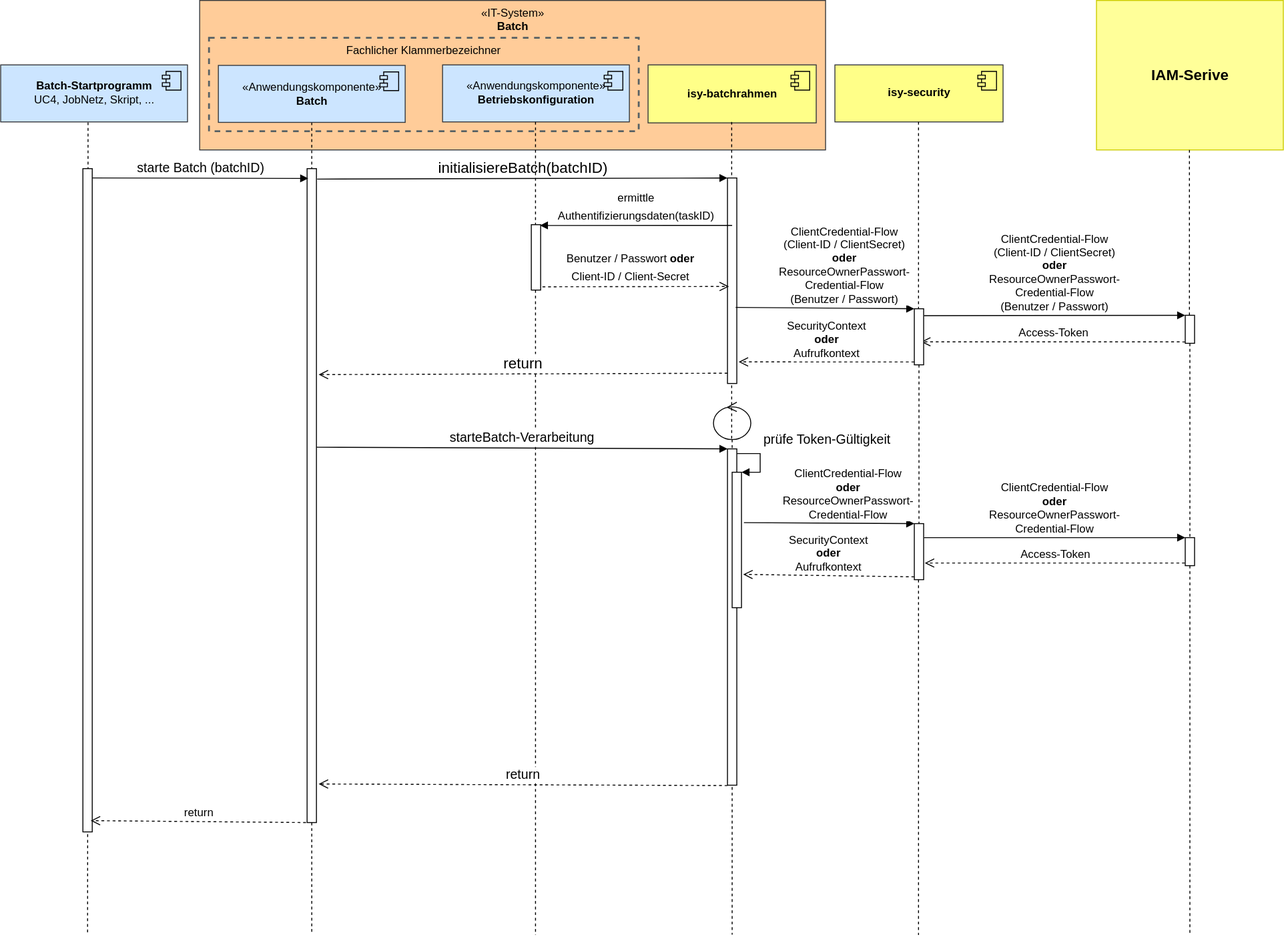
Earlier version of the draw.io export docs/modules/ROOT/images/konzept/Sequenzdiagramm_AbsicherungBatch_Details.dn.svg (IsyFact/isy-security). Source tidied: cells renumbered, new cells last; positions are measured from the earlier drawing's top-left corner, leaving out a move shared by most shapes.
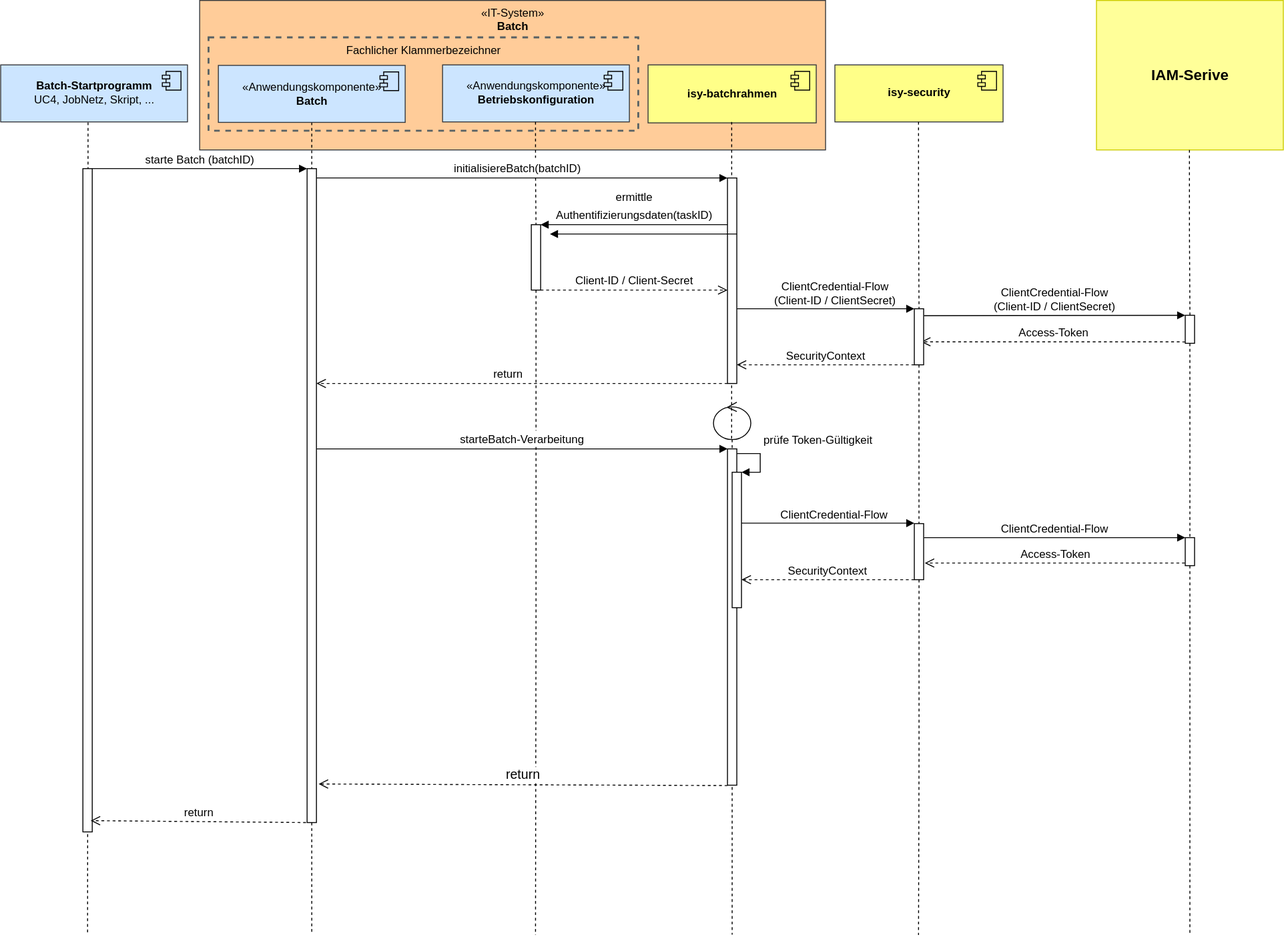
After the change.

Commit message:
docs: IFS-4858 remove ROPC Flow from documentation

Change to the diagram source:
```diff
@@ -11,7 +11,7 @@
     <mxCell id="4" style="html=1;points=[];perimeter=orthogonalPerimeter;labelBorderColor=none;fontSize=14;" parent="2" vertex="1">
       <mxGeometry x="20" y="75" width="10" height="145" as="geometry" />
     </mxCell>
-    <mxCell id="5" value="prüfe Token-Gültigkeit" style="edgeStyle=orthogonalEdgeStyle;html=1;align=left;spacingLeft=2;endArrow=block;rounded=0;entryX=1;entryY=0;fontSize=14;" parent="2" edge="1" target="4">
+    <mxCell id="5" value="&lt;font style=&quot;font-size: 12px;&quot;&gt;prüfe Token-Gültigkeit&lt;/font&gt;" style="edgeStyle=orthogonalEdgeStyle;html=1;align=left;spacingLeft=2;endArrow=block;rounded=0;entryX=1;entryY=0;fontSize=14;" parent="2" edge="1" target="4">
       <mxGeometry x="-0.23" y="-15" relative="1" as="geometry">
         <mxPoint x="25" y="55" as="sourcePoint" />
         <Array as="points">
@@ -92,11 +92,17 @@
     <mxCell id="22" style="html=1;points=[];perimeter=orthogonalPerimeter;fontSize=16;" parent="1" vertex="1">
       <mxGeometry x="328" y="180" width="10" height="700" as="geometry" />
     </mxCell>
-    <mxCell id="23" value="initialisiereBatch(batchID)" style="html=1;verticalAlign=bottom;endArrow=block;entryX=0;entryY=0;rounded=0;fontSize=16;exitX=1.08;exitY=0.016;exitDx=0;exitDy=0;exitPerimeter=0;" parent="1" edge="1" source="22" target="26">
-      <mxGeometry relative="1" as="geometry" />
+    <mxCell id="23" style="html=1;verticalAlign=bottom;endArrow=block;rounded=0;fontSize=16;" parent="1" edge="1">
+      <mxGeometry x="0.02" relative="1" as="geometry">
+        <mxPoint x="338" y="190" as="sourcePoint" />
+        <mxPoint x="778" y="190" as="targetPoint" />
+      </mxGeometry>
     </mxCell>
-    <mxCell id="24" value="return" style="html=1;verticalAlign=bottom;endArrow=open;dashed=1;endSize=8;exitX=0;exitY=0.95;rounded=0;fontSize=16;entryX=1.24;entryY=0.315;entryDx=0;entryDy=0;entryPerimeter=0;" parent="1" edge="1" source="26" target="22">
-      <mxGeometry relative="1" as="geometry" />
+    <mxCell id="24" value="&lt;font style=&quot;font-size: 12px;&quot;&gt;return&lt;/font&gt;" style="html=1;verticalAlign=bottom;endArrow=open;dashed=1;endSize=8;rounded=0;fontSize=16;" parent="1" edge="1">
+      <mxGeometry x="0.07" relative="1" as="geometry">
+        <mxPoint x="778" y="410" as="sourcePoint" />
+        <mxPoint x="338" y="410" as="targetPoint" />
+      </mxGeometry>
     </mxCell>
     <mxCell id="25" style="edgeStyle=orthogonalEdgeStyle;rounded=0;jettySize=auto;html=1;endArrow=none;endFill=0;dashed=1;" parent="1" edge="1" target="2">
       <mxGeometry relative="1" as="geometry">
@@ -106,11 +112,17 @@
     <mxCell id="26" style="html=1;points=[];perimeter=orthogonalPerimeter;fontSize=16;" parent="1" vertex="1">
       <mxGeometry x="778" y="190" width="10" height="220" as="geometry" />
     </mxCell>
-    <mxCell id="27" value="&lt;font style=&quot;font-size: 12px;&quot;&gt;ermittle &lt;br&gt;Authentifizierungsdaten(taskID)&lt;/font&gt;" style="html=1;verticalAlign=bottom;endArrow=block;entryX=0.92;entryY=0.012;rounded=0;fontSize=16;entryDx=0;entryDy=0;entryPerimeter=0;exitX=0.5;exitY=0.231;exitDx=0;exitDy=0;exitPerimeter=0;" parent="1" edge="1" source="26" target="30">
-      <mxGeometry relative="1" as="geometry" />
+    <mxCell id="27" value="&lt;font style=&quot;font-size: 12px;&quot;&gt;ermittle &lt;br&gt;Authentifizierungsdaten(taskID)&lt;/font&gt;" style="html=1;verticalAlign=bottom;endArrow=block;rounded=0;fontSize=16;" parent="1" edge="1">
+      <mxGeometry relative="1" as="geometry">
+        <mxPoint x="778" y="240" as="sourcePoint" />
+        <mxPoint x="578" y="240" as="targetPoint" />
+      </mxGeometry>
     </mxCell>
-    <mxCell id="28" value="&lt;font style=&quot;font-size: 12px;&quot;&gt;Benutzer / Passwort &lt;b&gt;oder&lt;/b&gt;&lt;br&gt;Client-ID / Client-Secret&lt;/font&gt;" style="html=1;verticalAlign=bottom;endArrow=open;dashed=1;endSize=8;exitX=0;exitY=0.95;rounded=0;fontSize=16;entryX=0.16;entryY=0.528;entryDx=0;entryDy=0;entryPerimeter=0;" parent="1" edge="1" source="30" target="26">
-      <mxGeometry relative="1" as="geometry" />
+    <mxCell id="28" value="&lt;font style=&quot;font-size: 12px;&quot;&gt;Client-ID / Client-Secret&lt;/font&gt;" style="html=1;verticalAlign=bottom;endArrow=open;dashed=1;endSize=8;rounded=0;fontSize=16;" parent="1" edge="1">
+      <mxGeometry relative="1" as="geometry">
+        <mxPoint x="578" y="310" as="sourcePoint" />
+        <mxPoint x="778" y="310" as="targetPoint" />
+      </mxGeometry>
     </mxCell>
     <mxCell id="29" style="edgeStyle=orthogonalEdgeStyle;rounded=0;jettySize=auto;html=1;endArrow=none;endFill=0;dashed=1;" parent="1" edge="1" target="30">
       <mxGeometry relative="1" as="geometry">
@@ -120,13 +132,16 @@
     <mxCell id="30" style="html=1;points=[];perimeter=orthogonalPerimeter;fontSize=16;" parent="1" vertex="1">
       <mxGeometry x="568" y="240" width="10" height="70" as="geometry" />
     </mxCell>
-    <mxCell id="31" value="ClientCredential-Flow&lt;br&gt;(Client-ID / ClientSecret)&lt;br&gt;&lt;b&gt;oder&lt;/b&gt;&lt;br&gt;ResourceOwnerPasswort-&lt;br style=&quot;border-color: var(--border-color);&quot;&gt;Credential-Flow&lt;br style=&quot;border-color: var(--border-color);&quot;&gt;(Benutzer / Passwort)" style="html=1;verticalAlign=bottom;endArrow=block;entryX=0;entryY=0;rounded=0;fontSize=12;exitX=0.88;exitY=0.63;exitDx=0;exitDy=0;exitPerimeter=0;" parent="1" edge="1" source="26" target="41">
-      <mxGeometry x="0.21" relative="1" as="geometry" />
+    <mxCell id="31" value="ClientCredential-Flow&lt;br&gt;(Client-ID / ClientSecret)" style="html=1;verticalAlign=bottom;endArrow=block;rounded=0;fontSize=12;" parent="1" edge="1" source="26" target="41">
+      <mxGeometry x="0.11" y="-1" relative="1" as="geometry" />
     </mxCell>
-    <mxCell id="32" value="SecurityContext&lt;br&gt;&lt;b&gt;oder&lt;/b&gt;&lt;br&gt;Aufrufkontext" style="html=1;verticalAlign=bottom;endArrow=open;dashed=1;endSize=8;exitX=0;exitY=0.95;rounded=0;fontSize=12;entryX=1.2;entryY=0.895;entryDx=0;entryDy=0;entryPerimeter=0;" parent="1" edge="1" source="41" target="26">
-      <mxGeometry relative="1" as="geometry" />
+    <mxCell id="32" value="SecurityContext" style="html=1;verticalAlign=bottom;endArrow=open;dashed=1;endSize=8;rounded=0;fontSize=12;" parent="1" edge="1">
+      <mxGeometry relative="1" as="geometry">
+        <mxPoint x="978" y="390" as="sourcePoint" />
+        <mxPoint x="788" y="390" as="targetPoint" />
+      </mxGeometry>
     </mxCell>
-    <mxCell id="33" value="ClientCredential-Flow&lt;br style=&quot;border-color: var(--border-color);&quot;&gt;(Client-ID / ClientSecret)&lt;br&gt;&lt;b&gt;oder&lt;/b&gt;&lt;br&gt;ResourceOwnerPasswort-&lt;br style=&quot;border-color: var(--border-color);&quot;&gt;Credential-Flow&lt;br style=&quot;border-color: var(--border-color);&quot;&gt;(Benutzer / Passwort)" style="html=1;verticalAlign=bottom;endArrow=block;entryX=0;entryY=0;rounded=0;fontSize=12;exitX=1.04;exitY=0.123;exitDx=0;exitDy=0;exitPerimeter=0;" parent="1" edge="1" source="41" target="43">
+    <mxCell id="33" value="ClientCredential-Flow&lt;br style=&quot;border-color: var(--border-color);&quot;&gt;(Client-ID / ClientSecret)" style="html=1;verticalAlign=bottom;endArrow=block;entryX=0;entryY=0;rounded=0;fontSize=12;exitX=1.04;exitY=0.123;exitDx=0;exitDy=0;exitPerimeter=0;" parent="1" edge="1" source="41" target="43">
       <mxGeometry relative="1" as="geometry" />
     </mxCell>
     <mxCell id="34" value="Access-Token" style="html=1;verticalAlign=bottom;endArrow=open;dashed=1;endSize=8;exitX=0;exitY=0.95;rounded=0;fontSize=12;entryX=0.72;entryY=0.59;entryDx=0;entryDy=0;entryPerimeter=0;" parent="1" edge="1" source="43" target="41">
@@ -152,9 +167,10 @@
     <mxCell id="38" style="html=1;points=[];perimeter=orthogonalPerimeter;labelBorderColor=none;fontSize=12;" parent="1" vertex="1">
       <mxGeometry x="88" y="180" width="10" height="710" as="geometry" />
     </mxCell>
-    <mxCell id="39" value="&lt;font style=&quot;font-size: 14px;&quot;&gt;starte Batch (batchID)&lt;/font&gt;" style="html=1;verticalAlign=bottom;endArrow=block;rounded=0;fontSize=12;entryX=0.12;entryY=0.015;entryDx=0;entryDy=0;entryPerimeter=0;" parent="1" edge="1" target="22">
+    <mxCell id="39" value="&lt;font&gt;starte Batch (batchID)&lt;/font&gt;" style="html=1;verticalAlign=bottom;endArrow=block;rounded=0;fontSize=12;" parent="1" edge="1">
       <mxGeometry relative="1" as="geometry">
-        <mxPoint x="98" y="190" as="sourcePoint" />
+        <mxPoint x="98" y="180" as="sourcePoint" />
+        <mxPoint x="328" y="180" as="targetPoint" />
       </mxGeometry>
     </mxCell>
     <mxCell id="40" style="edgeStyle=orthogonalEdgeStyle;rounded=0;jettySize=auto;html=1;endArrow=none;endFill=0;dashed=1;" parent="1" edge="1" target="41">
@@ -173,19 +189,28 @@
     <mxCell id="43" style="html=1;points=[];perimeter=orthogonalPerimeter;labelBorderColor=none;fontSize=12;" parent="1" vertex="1">
       <mxGeometry x="1268" y="337" width="10" height="30" as="geometry" />
     </mxCell>
-    <mxCell id="44" value="starteBatch-Verarbeitung" style="html=1;verticalAlign=bottom;endArrow=block;entryX=0;entryY=0;rounded=0;fontSize=14;exitX=1;exitY=0.426;exitDx=0;exitDy=0;exitPerimeter=0;" parent="1" edge="1" source="22" target="3">
-      <mxGeometry relative="1" as="geometry" />
+    <mxCell id="44" value="&lt;font style=&quot;font-size: 12px;&quot;&gt;starteBatch-Verarbeitung&lt;/font&gt;" style="html=1;verticalAlign=bottom;endArrow=block;rounded=0;fontSize=14;" parent="1" edge="1">
+      <mxGeometry relative="1" as="geometry">
+        <mxPoint x="338" y="480" as="sourcePoint" />
+        <mxPoint x="778" y="480" as="targetPoint" />
+      </mxGeometry>
     </mxCell>
     <mxCell id="45" value="return" style="html=1;verticalAlign=bottom;endArrow=open;dashed=1;endSize=8;exitX=0.375;exitY=0.72;rounded=0;fontSize=14;entryX=1.24;entryY=0.941;entryDx=0;entryDy=0;entryPerimeter=0;exitDx=0;exitDy=0;exitPerimeter=0;" parent="1" edge="1" source="2" target="22">
       <mxGeometry relative="1" as="geometry" />
     </mxCell>
-    <mxCell id="46" value="ClientCredential-Flow&lt;br&gt;&lt;b&gt;oder&lt;/b&gt;&lt;br&gt;ResourceOwnerPasswort-&lt;br style=&quot;border-color: var(--border-color);&quot;&gt;Credential-Flow" style="html=1;verticalAlign=bottom;endArrow=block;entryX=0;entryY=0;rounded=0;fontSize=12;exitX=1.26;exitY=0.372;exitDx=0;exitDy=0;exitPerimeter=0;" parent="1" edge="1" source="4" target="53">
-      <mxGeometry x="0.21" relative="1" as="geometry" />
+    <mxCell id="46" value="ClientCredential-Flow" style="html=1;verticalAlign=bottom;endArrow=block;rounded=0;fontSize=12;" parent="1" edge="1">
+      <mxGeometry x="0.07" relative="1" as="geometry">
+        <mxPoint x="793" y="559.5" as="sourcePoint" />
+        <mxPoint x="978" y="559.5" as="targetPoint" />
+      </mxGeometry>
     </mxCell>
-    <mxCell id="47" value="SecurityContext&lt;br&gt;&lt;b&gt;oder&lt;/b&gt;&lt;br&gt;Aufrufkontext" style="html=1;verticalAlign=bottom;endArrow=open;dashed=1;endSize=8;exitX=0;exitY=0.95;rounded=0;fontSize=12;entryX=1.18;entryY=0.754;entryDx=0;entryDy=0;entryPerimeter=0;" parent="1" edge="1" source="53" target="4">
-      <mxGeometry relative="1" as="geometry" />
+    <mxCell id="47" value="SecurityContext" style="html=1;verticalAlign=bottom;endArrow=open;dashed=1;endSize=8;rounded=0;fontSize=12;" parent="1" edge="1">
+      <mxGeometry relative="1" as="geometry">
+        <mxPoint x="978" y="620" as="sourcePoint" />
+        <mxPoint x="793" y="620" as="targetPoint" />
+      </mxGeometry>
     </mxCell>
-    <mxCell id="48" value="ClientCredential-Flow&lt;br style=&quot;border-color: var(--border-color);&quot;&gt;&lt;b&gt;oder&lt;/b&gt;&lt;br&gt;ResourceOwnerPasswort-&lt;br style=&quot;border-color: var(--border-color);&quot;&gt;Credential-Flow" style="html=1;verticalAlign=bottom;endArrow=block;entryX=0;entryY=0;rounded=0;fontSize=12;exitX=1.04;exitY=0.25;exitDx=0;exitDy=0;exitPerimeter=0;" parent="1" edge="1" source="53" target="51">
+    <mxCell id="48" value="ClientCredential-Flow" style="html=1;verticalAlign=bottom;endArrow=block;entryX=0;entryY=0;rounded=0;fontSize=12;exitX=1.04;exitY=0.25;exitDx=0;exitDy=0;exitPerimeter=0;" parent="1" edge="1" source="53" target="51">
       <mxGeometry relative="1" as="geometry" />
     </mxCell>
     <mxCell id="49" value="Access-Token" style="html=1;verticalAlign=bottom;endArrow=open;dashed=1;endSize=8;exitX=-0.04;exitY=0.907;rounded=0;fontSize=12;entryX=1.12;entryY=0.703;entryDx=0;entryDy=0;entryPerimeter=0;exitDx=0;exitDy=0;exitPerimeter=0;" parent="1" edge="1" source="51" target="53">
@@ -206,5 +231,12 @@
     <mxCell id="54" value="return" style="html=1;verticalAlign=bottom;endArrow=open;dashed=1;endSize=8;rounded=0;fontSize=12;entryX=0.84;entryY=0.983;entryDx=0;entryDy=0;entryPerimeter=0;exitX=-0.12;exitY=1;exitDx=0;exitDy=0;exitPerimeter=0;" parent="1" edge="1" source="22" target="38">
       <mxGeometry relative="1" as="geometry" />
     </mxCell>
+    <mxCell id="55" value="&lt;font style=&quot;font-size: 12px;&quot;&gt;initialisiereBatch(batchID)&lt;/font&gt;" style="html=1;verticalAlign=bottom;endArrow=block;rounded=0;fontSize=16;" parent="1" edge="1">
+      <mxGeometry x="1" y="-69" relative="1" as="geometry">
+        <mxPoint x="788" y="250" as="sourcePoint" />
+        <mxPoint x="588" y="250" as="targetPoint" />
+        <mxPoint x="-35" y="9" as="offset" />
+      </mxGeometry>
+    </mxCell>
   </root>
 </mxGraphModel>
```
